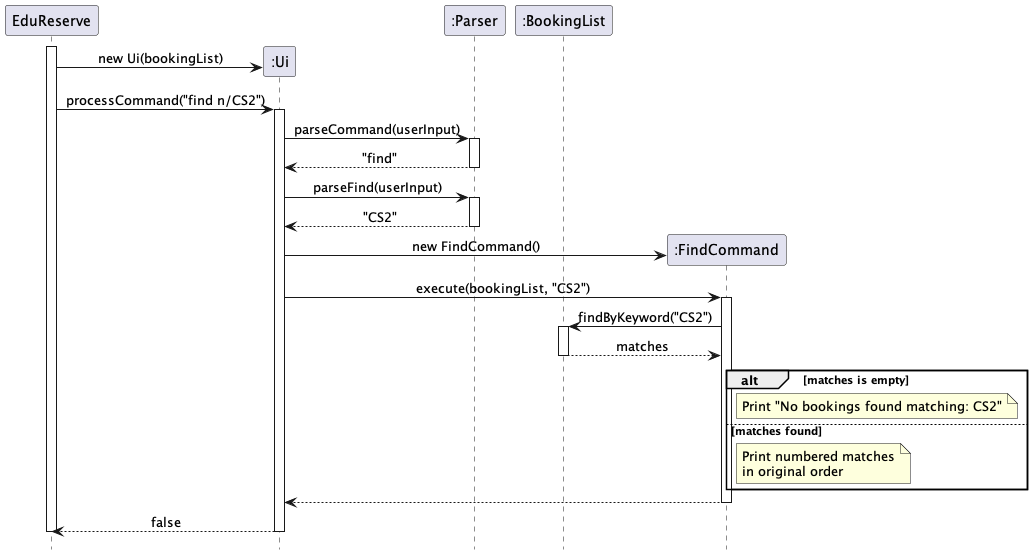
Earlier version of the PlantUML export docs/UMLDiagrams/FindCommandSequenceDiagram.png (AY2627S1-CS2113-W14-2/tp).
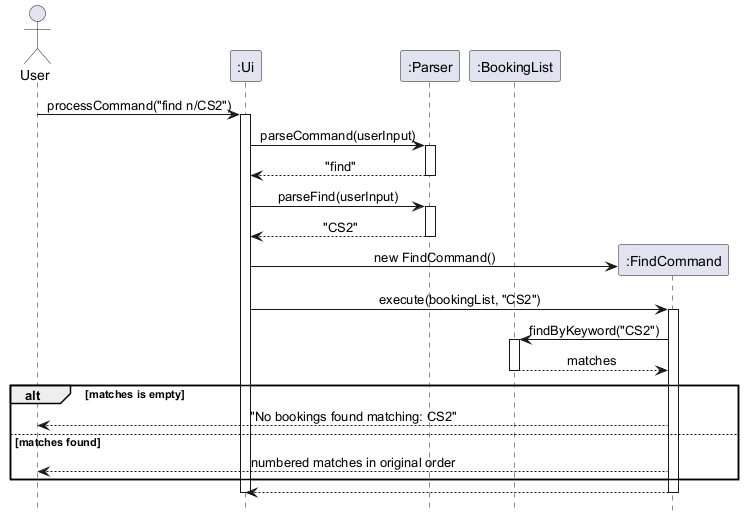
The same file after the commit.

The edit, as a diff of the source:
```diff
@@ -2,16 +2,14 @@
 skinparam sequenceMessageAlign center
 hide footbox
 
-participant "EduReserve" as App
+actor User
 
-activate App
-create participant ":Ui" as UI
-App -> UI: new Ui(bookingList)
+participant ":Ui" as UI
 
 participant ":Parser" as Parser
 participant ":BookingList" as Bookings
 
-App -> UI: processCommand("find n/CS2")
+User -> UI: processCommand("find n/CS2")
 activate UI
 
 UI -> Parser: parseCommand(userInput)
@@ -36,20 +34,13 @@
 deactivate Bookings
 
 alt matches is empty
-    note right of Find
-        Print "No bookings found matching: CS2"
-    end note
+    Find --> User: "No bookings found matching: CS2"
 else matches found
-    note right of Find
-        Print numbered matches
-        in original order
-    end note
+    Find --> User: numbered matches in original order
 end
 
 Find --> UI
 deactivate Find
 
-UI --> App: false
 deactivate UI
-deactivate App
 @enduml
```
